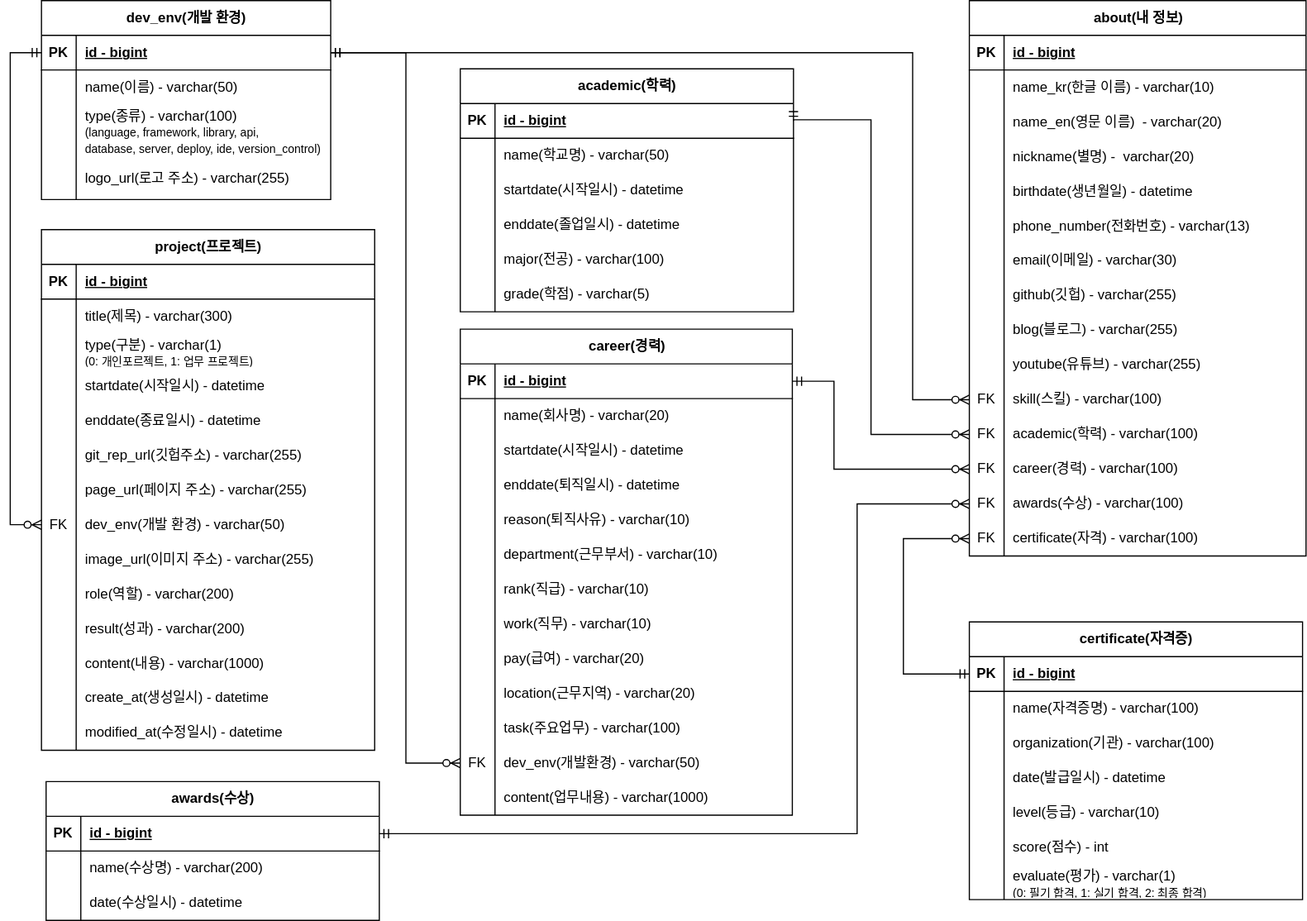
Before: document/project-portfolio-erd.svg, a diagram exported from draw.io (benedictJHGil/my-portfolio-app). Source tidied: cells renumbered, new cells last; positions are measured from the earlier drawing's top-left corner, leaving out a move shared by most shapes.
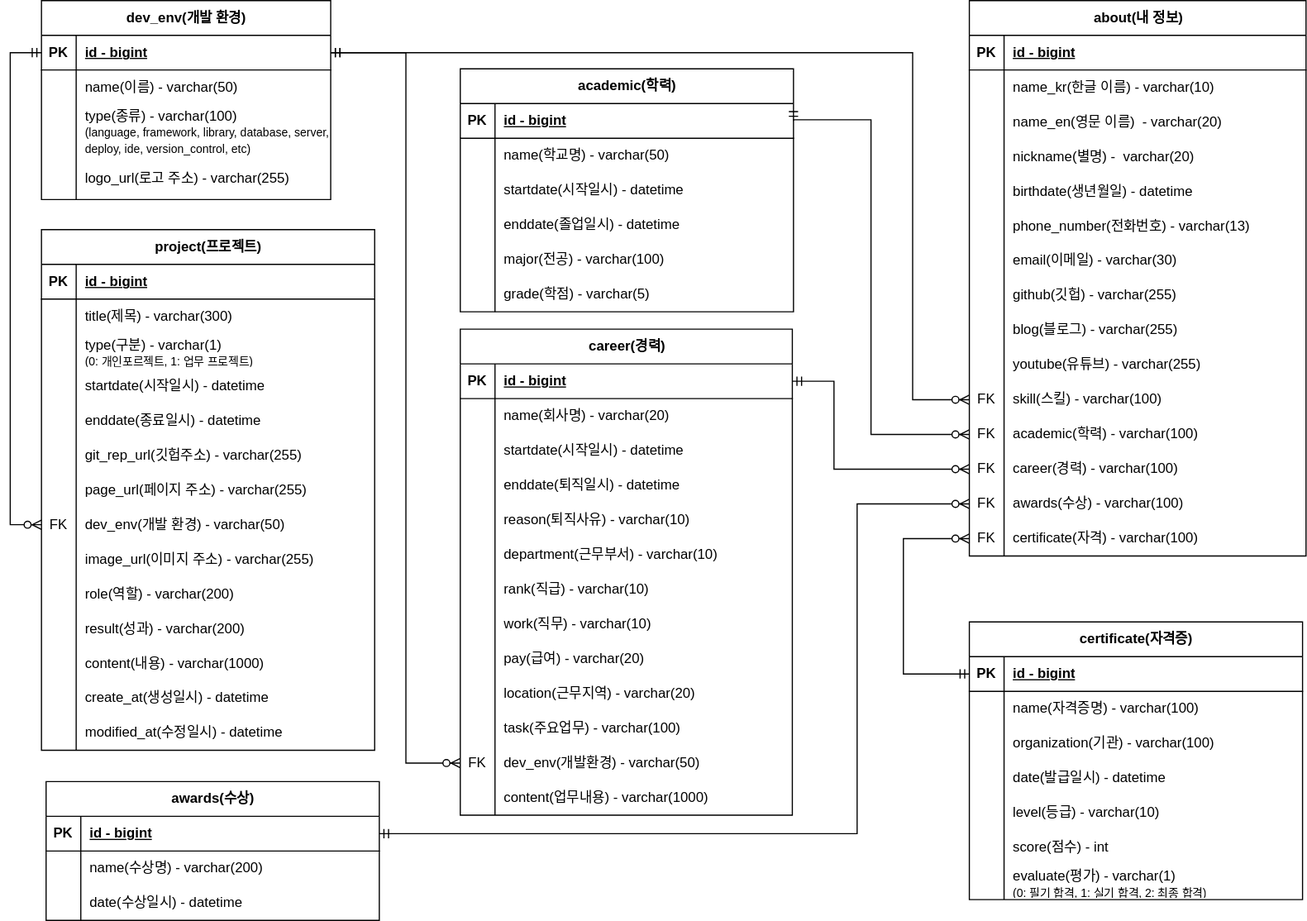
After the change.

The edit, as a diff of the source:
```diff
@@ -158,7 +158,7 @@
     <mxCell id="53" style="shape=partialRectangle;fillColor=none;top=0;left=0;bottom=0;right=0;overflow=hidden;whiteSpace=wrap;html=1;" parent="52" vertex="1">
       <mxGeometry width="30" height="46" as="geometry" />
     </mxCell>
-    <mxCell id="54" value="type(종류) - varchar(100)&lt;div&gt;&lt;font style=&quot;font-size: 10px;&quot;&gt;(language, framework, library, api, database,&amp;nbsp;&lt;/font&gt;&lt;span style=&quot;font-size: 10px; background-color: initial;&quot;&gt;server, deploy, ide, version_control)&lt;/span&gt;&lt;/div&gt;" style="shape=partialRectangle;fillColor=none;top=0;left=0;bottom=0;right=0;align=left;spacingLeft=6;overflow=hidden;whiteSpace=wrap;html=1;" parent="52" vertex="1">
+    <mxCell id="54" value="type(종류) - varchar(100)&lt;div&gt;&lt;font style=&quot;font-size: 10px;&quot;&gt;(language, framework, library, database,&amp;nbsp;&lt;/font&gt;&lt;span style=&quot;font-size: 10px; background-color: initial;&quot;&gt;server, deploy, ide, version_control, etc)&lt;/span&gt;&lt;/div&gt;" style="shape=partialRectangle;fillColor=none;top=0;left=0;bottom=0;right=0;align=left;spacingLeft=6;overflow=hidden;whiteSpace=wrap;html=1;" parent="52" vertex="1">
       <mxGeometry x="30" width="220" height="46" as="geometry" />
     </mxCell>
     <mxCell id="55" style="shape=tableRow;horizontal=0;startSize=0;swimlaneHead=0;swimlaneBody=0;fillColor=none;top=0;left=0;right=0;bottom=0;" parent="45" vertex="1">
```
